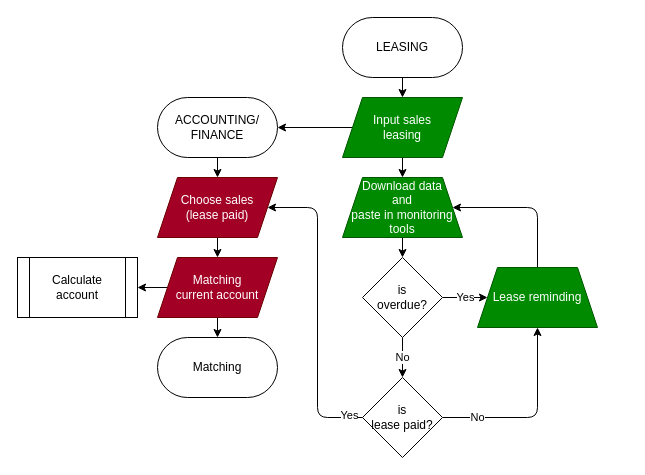
The draw.io diagram page "Penagihan" (2 of 3) of flowDiagram.drawio in hondaprimadev/Honda-Prima, before the edit. Source tidied: cells renumbered, new cells numbered last; positions are measured from the earlier drawing's top-left corner, leaving out a move shared by most shapes. Both pictures are drawn from the tidied source at 100%, with x=0, y=0 at pixel (17, 17).
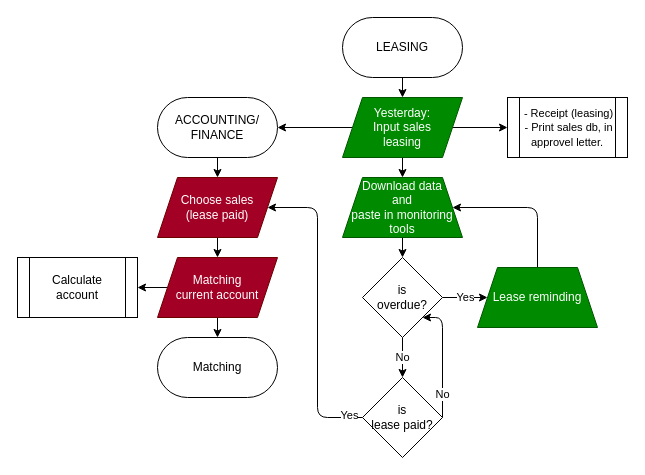
Above is the later version.

Unchanged cells that the change refers to:
```xml
<mxCell id="20" value="is&lt;br&gt;overdue?" style="rhombus;whiteSpace=wrap;html=1;" parent="1" vertex="1">
  <mxGeometry x="345" y="240" width="80" height="80" as="geometry" />
</mxCell>
<mxCell id="24" value="is&lt;br&gt;lease paid?" style="rhombus;whiteSpace=wrap;html=1;" parent="1" vertex="1">
  <mxGeometry x="345" y="360" width="80" height="80" as="geometry" />
</mxCell>
<mxCell id="26" value="Lease reminding" style="shape=trapezoid;perimeter=trapezoidPerimeter;whiteSpace=wrap;html=1;fixedSize=1;fillColor=#008a00;strokeColor=#005700;fontColor=#ffffff;" parent="1" vertex="1">
  <mxGeometry x="460" y="250" width="120" height="60" as="geometry" />
</mxCell>
```

Diff of the diagram source:
```diff
@@
+    <mxCell id="27" style="edgeStyle=none;html=1;strokeWidth=1;" parent="1" edge="1" source="6" target="28">
+      <mxGeometry relative="1" as="geometry" />
+    </mxCell>
-    <mxCell id="6" value="Input sales&lt;br&gt;leasing" style="shape=parallelogram;perimeter=parallelogramPerimeter;whiteSpace=wrap;html=1;fixedSize=1;fillColor=#008a00;fontColor=#ffffff;strokeColor=#005700;" parent="1" vertex="1">
+    <mxCell id="6" value="Yesterday:&lt;br&gt;Input sales&lt;br&gt;leasing" style="shape=parallelogram;perimeter=parallelogramPerimeter;whiteSpace=wrap;html=1;fixedSize=1;fillColor=#008a00;fontColor=#ffffff;strokeColor=#005700;" parent="1" vertex="1">
       <mxGeometry x="325" y="80" width="120" height="60" as="geometry" />
     </mxCell>
@@
-    <mxCell id="23" value="No" style="edgeStyle=none;html=1;exitX=1;exitY=0.5;exitDx=0;exitDy=0;entryX=0.5;entryY=1;entryDx=0;entryDy=0;" parent="1" edge="1" source="24" target="26">
+    <mxCell id="23" value="No" style="edgeStyle=none;html=1;exitX=1;exitY=0.5;exitDx=0;exitDy=0;entryX=1;entryY=1;entryDx=0;entryDy=0;" parent="1" edge="1" source="24" target="20">
       <mxGeometry x="-0.62" relative="1" as="geometry">
         <Array as="points">
-          <mxPoint x="520" y="400" />
+          <mxPoint x="425" y="300" />
         </Array>
       </mxGeometry>
     </mxCell>
@@
+    <mxCell id="28" value="&lt;span style=&quot;font-size: 11px ; text-align: left&quot;&gt;&amp;nbsp;- Receipt (leasing)&lt;/span&gt;&lt;br style=&quot;font-size: 11px ; text-align: left&quot;&gt;&lt;span style=&quot;font-size: 11px ; text-align: left&quot;&gt;&amp;nbsp;- Print sales db, in approvel letter.&lt;/span&gt;" style="shape=process;whiteSpace=wrap;html=1;backgroundOutline=1;" parent="1" vertex="1">
+      <mxGeometry x="490" y="80" width="120" height="60" as="geometry" />
+    </mxCell>
```
